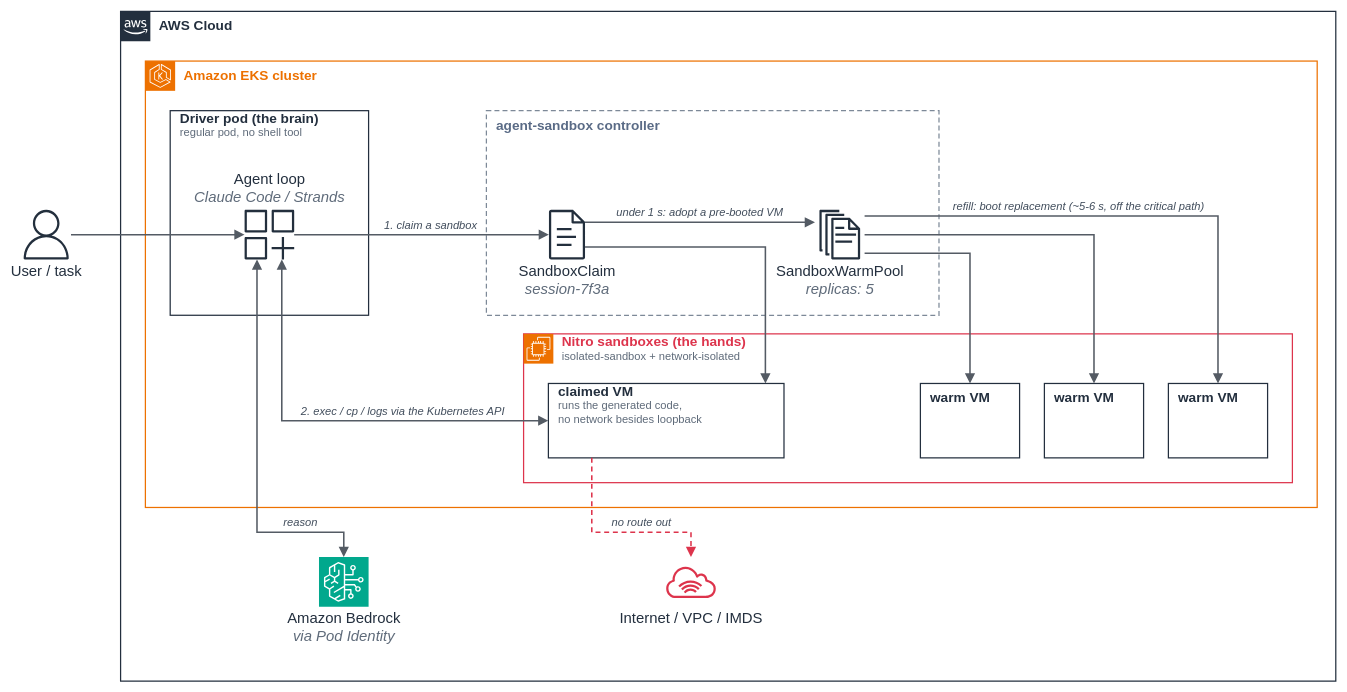
Before: examples/getting-started/warm-pool/images/figure-3-warm-pool.drawio in aws-samples/sample-eks-nitro-sandbox, a draw.io diagram. Source tidied: cells renumbered, new cells numbered last; positions are measured from the earlier drawing's top-left corner, leaving out a move shared by most shapes. Both pictures are drawn from the tidied source at 62%, with x=0, y=0 at pixel (21, 11).
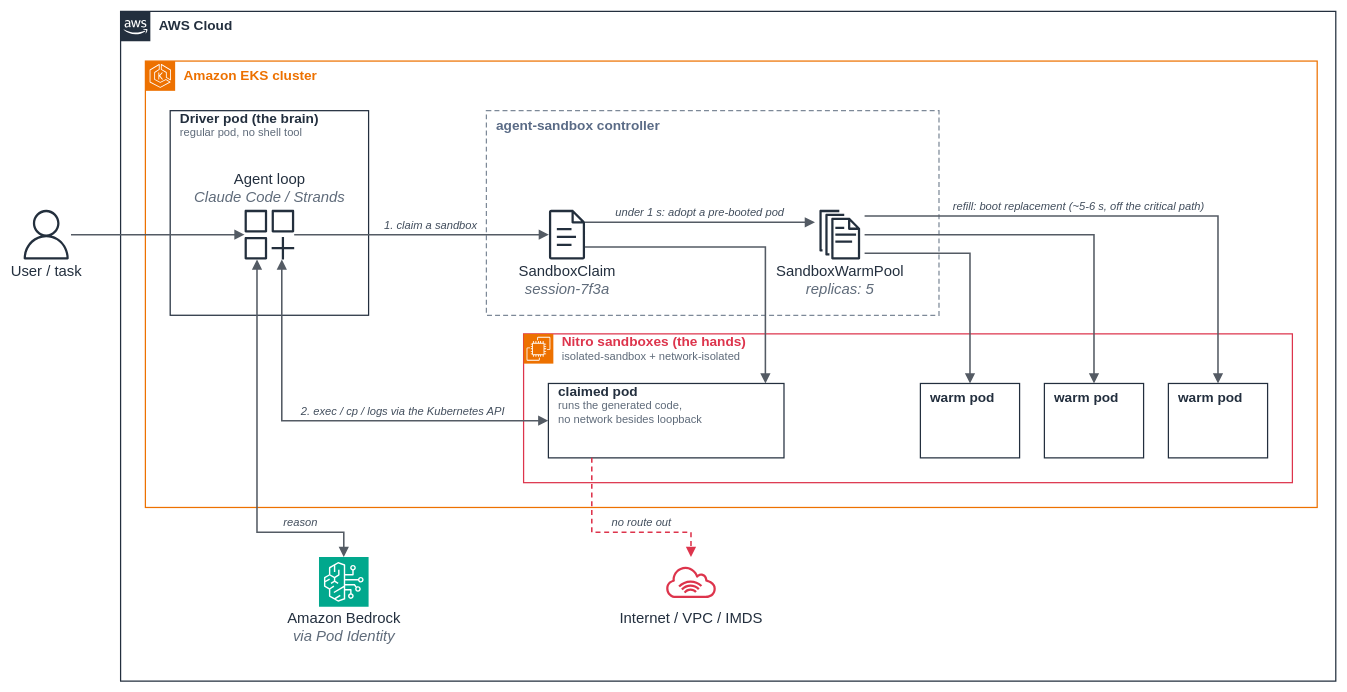
After the change.

Commit message (it also covers changes not shown here):
Call the pooled and claimed sandboxes pods, not VMs

The change refers to these unchanged cells:
```xml
<mxCell id="6" value="&lt;div style=&quot;font-size:22px;line-height:26.40px&quot;&gt;agent-sandbox controller&lt;/div&gt;" style="rounded=0;html=1;whiteSpace=nowrap;strokeColor=#7D8998;fillColor=none;strokeWidth=2;dashed=1;dashPattern=8 5;fixDash=1;verticalAlign=top;align=left;spacing=0;spacingLeft=16;spacingTop=6.417;fontSize=14;fontStyle=1;fontColor=#5A6B86;fontFamily=Arial,Helvetica,sans-serif;" parent="3" vertex="1">
  <mxGeometry x="550" y="80" width="730" height="330" as="geometry" />
</mxCell>
<mxCell id="7" value="&lt;div style=&quot;font-size:22px;line-height:26.40px&quot;&gt;Nitro sandboxes (the hands)&lt;/div&gt;&lt;div style=&quot;font-size:18px;line-height:20.37px&quot;&gt;&lt;span style=&quot;font-weight:normal&quot;&gt;&lt;span style=&quot;color:#5F6B7A&quot;&gt;isolated-sandbox + network-isolated&lt;/span&gt;&lt;/span&gt;&lt;/div&gt;" style="rounded=0;html=1;whiteSpace=nowrap;strokeColor=#DD344C;fillColor=none;strokeWidth=2;dashed=0;verticalAlign=top;align=left;spacing=0;spacingLeft=62;spacingTop=-5.583;fontSize=14;fontStyle=1;fontColor=#DD344C;fontFamily=Arial,Helvetica,sans-serif;" parent="3" vertex="1">
  <mxGeometry x="610" y="440" width="1240" height="240" as="geometry" />
</mxCell>
<mxCell id="25" value="&lt;div style=&quot;line-height:28.80px&quot;&gt;SandboxClaim&lt;/div&gt;&lt;div style=&quot;line-height:27.20px&quot;&gt;&lt;i&gt;&lt;span style=&quot;color:#5F6B7A&quot;&gt;session-7f3a&lt;/span&gt;&lt;/i&gt;&lt;/div&gt;" style="sketch=0;outlineConnect=0;gradientColor=none;fillColor=#232F3D;strokeColor=none;dashed=0;verticalLabelPosition=bottom;verticalAlign=top;align=center;html=1;shape=mxgraph.aws4.document;spacing=0;spacingTop=-0.436;fontSize=24;fontColor=#232F3E;fontStyle=0;fontFamily=Arial,Helvetica,sans-serif;" parent="6" vertex="1">
  <mxGeometry x="90" y="160" width="80" height="80" as="geometry" />
</mxCell>
<mxCell id="26" value="&lt;div style=&quot;line-height:28.80px&quot;&gt;SandboxWarmPool&lt;/div&gt;&lt;div style=&quot;line-height:27.20px&quot;&gt;&lt;i&gt;&lt;span style=&quot;color:#5F6B7A&quot;&gt;replicas: 5&lt;/span&gt;&lt;/i&gt;&lt;/div&gt;" style="sketch=0;outlineConnect=0;gradientColor=none;fillColor=#232F3D;strokeColor=none;dashed=0;verticalLabelPosition=bottom;verticalAlign=top;align=center;html=1;shape=mxgraph.aws4.documents;spacing=0;spacingTop=-0.436;fontSize=24;fontColor=#232F3E;fontStyle=0;fontFamily=Arial,Helvetica,sans-serif;" parent="6" vertex="1">
  <mxGeometry x="530" y="160" width="80" height="80" as="geometry" />
</mxCell>
```

The edit, as a diff of the source:
```diff
@@
-    <mxCell id="9" value="&lt;div style=&quot;font-size:22px;line-height:26.40px&quot;&gt;claimed VM&lt;/div&gt;&lt;div style=&quot;font-size:18px;line-height:20.37px&quot;&gt;&lt;span style=&quot;font-weight:normal&quot;&gt;&lt;span style=&quot;color:#5F6B7A&quot;&gt;runs the generated code,&lt;/span&gt;&lt;/span&gt;&lt;/div&gt;&lt;div style=&quot;font-size:18px;line-height:23.63px&quot;&gt;&lt;span style=&quot;font-weight:normal&quot;&gt;&lt;span style=&quot;color:#5F6B7A&quot;&gt;no network besides loopback&lt;/span&gt;&lt;/span&gt;&lt;/div&gt;" style="rounded=0;html=1;whiteSpace=nowrap;strokeColor=#232F3E;fillColor=none;strokeWidth=2;dashed=0;verticalAlign=top;align=left;spacing=0;spacingLeft=16;spacingTop=-5.583;fontSize=14;fontStyle=1;fontColor=#232F3E;fontFamily=Arial,Helvetica,sans-serif;" parent="7" vertex="1">
+    <mxCell id="9" value="&lt;div style=&quot;font-size:22px;line-height:26.40px&quot;&gt;claimed pod&lt;/div&gt;&lt;div style=&quot;font-size:18px;line-height:20.37px&quot;&gt;&lt;span style=&quot;font-weight:normal&quot;&gt;&lt;span style=&quot;color:#5F6B7A&quot;&gt;runs the generated code,&lt;/span&gt;&lt;/span&gt;&lt;/div&gt;&lt;div style=&quot;font-size:18px;line-height:23.63px&quot;&gt;&lt;span style=&quot;font-weight:normal&quot;&gt;&lt;span style=&quot;color:#5F6B7A&quot;&gt;no network besides loopback&lt;/span&gt;&lt;/span&gt;&lt;/div&gt;" style="rounded=0;html=1;whiteSpace=nowrap;strokeColor=#232F3E;fillColor=none;strokeWidth=2;dashed=0;verticalAlign=top;align=left;spacing=0;spacingLeft=16;spacingTop=-5.583;fontSize=14;fontStyle=1;fontColor=#232F3E;fontFamily=Arial,Helvetica,sans-serif;" parent="7" vertex="1">
       <mxGeometry x="40" y="80" width="380" height="120" as="geometry" />
     </mxCell>
-    <mxCell id="10" value="&lt;div style=&quot;font-size:22px;line-height:26.40px&quot;&gt;warm VM&lt;/div&gt;" style="rounded=0;html=1;whiteSpace=nowrap;strokeColor=#232F3E;fillColor=none;strokeWidth=2;dashed=0;verticalAlign=top;align=left;spacing=0;spacingLeft=16;spacingTop=6.417;fontSize=14;fontStyle=1;fontColor=#232F3E;fontFamily=Arial,Helvetica,sans-serif;" parent="7" vertex="1">
+    <mxCell id="10" value="&lt;div style=&quot;font-size:22px;line-height:26.40px&quot;&gt;warm pod&lt;/div&gt;" style="rounded=0;html=1;whiteSpace=nowrap;strokeColor=#232F3E;fillColor=none;strokeWidth=2;dashed=0;verticalAlign=top;align=left;spacing=0;spacingLeft=16;spacingTop=6.417;fontSize=14;fontStyle=1;fontColor=#232F3E;fontFamily=Arial,Helvetica,sans-serif;" parent="7" vertex="1">
       <mxGeometry x="640" y="80" width="160" height="120" as="geometry" />
     </mxCell>
-    <mxCell id="11" value="&lt;div style=&quot;font-size:22px;line-height:26.40px&quot;&gt;warm VM&lt;/div&gt;" style="rounded=0;html=1;whiteSpace=nowrap;strokeColor=#232F3E;fillColor=none;strokeWidth=2;dashed=0;verticalAlign=top;align=left;spacing=0;spacingLeft=16;spacingTop=6.417;fontSize=14;fontStyle=1;fontColor=#232F3E;fontFamily=Arial,Helvetica,sans-serif;" parent="7" vertex="1">
+    <mxCell id="11" value="&lt;div style=&quot;font-size:22px;line-height:26.40px&quot;&gt;warm pod&lt;/div&gt;" style="rounded=0;html=1;whiteSpace=nowrap;strokeColor=#232F3E;fillColor=none;strokeWidth=2;dashed=0;verticalAlign=top;align=left;spacing=0;spacingLeft=16;spacingTop=6.417;fontSize=14;fontStyle=1;fontColor=#232F3E;fontFamily=Arial,Helvetica,sans-serif;" parent="7" vertex="1">
       <mxGeometry x="840" y="80" width="160" height="120" as="geometry" />
     </mxCell>
-    <mxCell id="12" value="&lt;div style=&quot;font-size:22px;line-height:26.40px&quot;&gt;warm VM&lt;/div&gt;" style="rounded=0;html=1;whiteSpace=nowrap;strokeColor=#232F3E;fillColor=none;strokeWidth=2;dashed=0;verticalAlign=top;align=left;spacing=0;spacingLeft=16;spacingTop=6.417;fontSize=14;fontStyle=1;fontColor=#232F3E;fontFamily=Arial,Helvetica,sans-serif;" parent="7" vertex="1">
+    <mxCell id="12" value="&lt;div style=&quot;font-size:22px;line-height:26.40px&quot;&gt;warm pod&lt;/div&gt;" style="rounded=0;html=1;whiteSpace=nowrap;strokeColor=#232F3E;fillColor=none;strokeWidth=2;dashed=0;verticalAlign=top;align=left;spacing=0;spacingLeft=16;spacingTop=6.417;fontSize=14;fontStyle=1;fontColor=#232F3E;fontFamily=Arial,Helvetica,sans-serif;" parent="7" vertex="1">
       <mxGeometry x="1040" y="80" width="160" height="120" as="geometry" />
     </mxCell>
@@
-    <mxCell id="16" value="under 1 s: adopt a pre-booted VM" style="edgeStyle=orthogonalEdgeStyle;rounded=0;html=1;strokeColor=#545B64;strokeWidth=2.5;dashed=0;endArrow=block;endFill=1;endSize=10;startArrow=none;startFill=1;startSize=10;exitX=1;exitY=0.25;exitDx=0;exitDy=0;exitPerimeter=0;entryX=0;entryY=0.25;entryDx=-7.16;entryDy=0;entryPerimeter=0;fontSize=18;fontStyle=2;fontColor=#414D5C;fontFamily=Arial,Helvetica,sans-serif;align=center;verticalAlign=middle;spacing=0;labelBackgroundColor=none;" parent="6" edge="1" source="25" target="26">
+    <mxCell id="16" value="under 1 s: adopt a pre-booted pod" style="edgeStyle=orthogonalEdgeStyle;rounded=0;html=1;strokeColor=#545B64;strokeWidth=2.5;dashed=0;endArrow=block;endFill=1;endSize=10;startArrow=none;startFill=1;startSize=10;exitX=1;exitY=0.25;exitDx=0;exitDy=0;exitPerimeter=0;entryX=0;entryY=0.25;entryDx=-7.16;entryDy=0;entryPerimeter=0;fontSize=18;fontStyle=2;fontColor=#414D5C;fontFamily=Arial,Helvetica,sans-serif;align=center;verticalAlign=middle;spacing=0;labelBackgroundColor=none;" parent="6" edge="1" source="25" target="26">
       <mxGeometry relative="1" as="geometry">
         <mxPoint y="-15" as="offset" />
       </mxGeometry>
     </mxCell>
```
